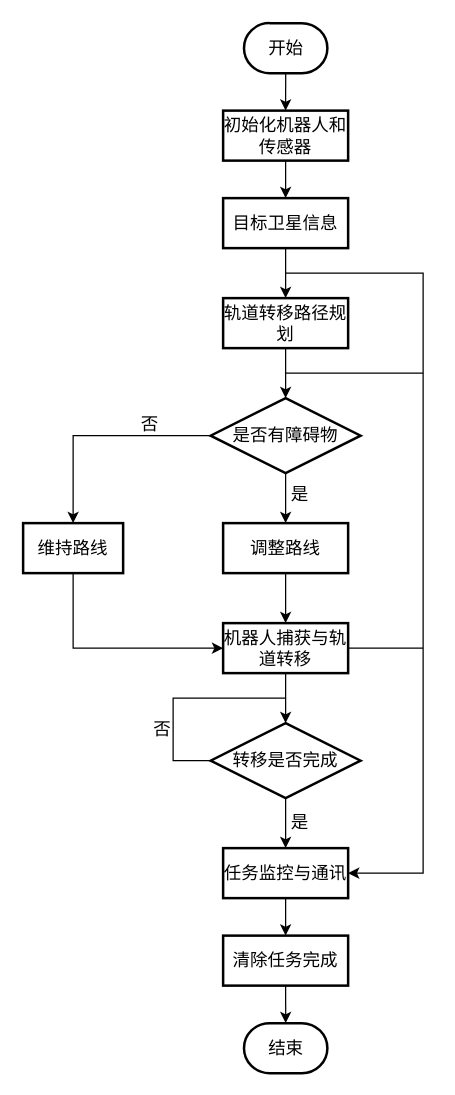
The draw.io diagram 空间机器人设计流程.drawio in debeetle/Drawio, before the edit. Source tidied: cells renumbered, new cells numbered last; positions are measured from the earlier drawing's top-left corner, leaving out a move shared by most shapes. Both pictures are drawn from the tidied source at 125%, with x=0, y=0 at pixel (22, 22).
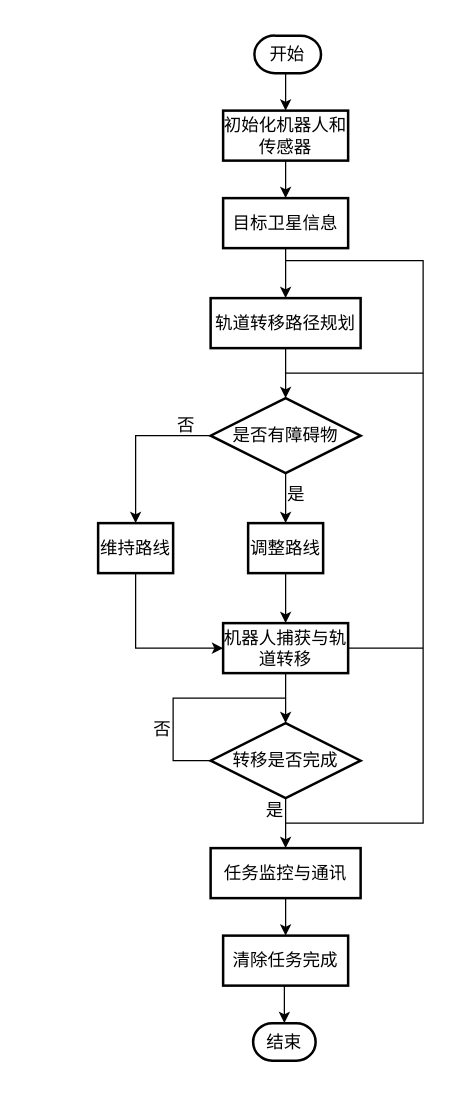
The same page after the edit.

Commit message:
Update 空间机器人设计流程.drawio

Unchanged cells that the change refers to:
```xml
<mxCell id="3" value="&lt;font&gt;初始化机器人和传感器&lt;/font&gt;" style="rounded=0;whiteSpace=wrap;html=1;strokeWidth=2;fontFamily=STZhongsong;fontSize=14;labelBackgroundColor=none;fillColor=none;align=center;" parent="1" vertex="1">
  <mxGeometry x="160" y="70" width="100" height="40" as="geometry" />
</mxCell>
<mxCell id="13" style="edgeStyle=orthogonalEdgeStyle;rounded=0;jettySize=auto;html=1;exitX=0.5;exitY=1;exitDx=0;exitDy=0;entryX=0.5;entryY=0;entryDx=0;entryDy=0;fontSize=14;fontFamily=STZhongsong;labelBackgroundColor=none;align=center;" parent="1" edge="1" source="17" target="25">
  <mxGeometry relative="1" as="geometry" />
</mxCell>
<mxCell id="20" style="edgeStyle=orthogonalEdgeStyle;rounded=0;jettySize=auto;html=1;exitX=0.5;exitY=1;exitDx=0;exitDy=0;entryX=0.5;entryY=0;entryDx=0;entryDy=0;fontSize=14;fontFamily=STZhongsong;labelBackgroundColor=none;align=center;" parent="1" edge="1" source="22" target="9">
  <mxGeometry relative="1" as="geometry" />
</mxCell>
<mxCell id="26" value="&lt;font&gt;清除任务完成&lt;/font&gt;" style="rounded=0;whiteSpace=wrap;html=1;strokeWidth=2;fontFamily=STZhongsong;fontSize=14;labelBackgroundColor=none;fillColor=none;align=center;" parent="1" vertex="1">
  <mxGeometry x="160" y="730" width="100" height="40" as="geometry" />
</mxCell>
```

Diff of the diagram source:
```diff
@@
     <mxCell id="7" value="&lt;font&gt;轨道转移路径规划&lt;/font&gt;" style="rounded=0;whiteSpace=wrap;html=1;strokeWidth=2;fontFamily=STZhongsong;fontSize=14;labelBackgroundColor=none;fillColor=none;align=center;" parent="1" vertex="1">
-      <mxGeometry x="160" y="220" width="100" height="40" as="geometry" />
+      <mxGeometry x="150" y="220" width="120" height="40" as="geometry" />
     </mxCell>
@@
     <mxCell id="9" value="&lt;font&gt;调整路线&lt;/font&gt;" style="rounded=0;whiteSpace=wrap;html=1;strokeWidth=2;fontFamily=STZhongsong;fontSize=14;labelBackgroundColor=none;fillColor=none;align=center;" parent="1" vertex="1">
-      <mxGeometry x="160" y="400" width="100" height="40" as="geometry" />
+      <mxGeometry x="180" y="400" width="60" height="40" as="geometry" />
     </mxCell>
@@
     <mxCell id="11" value="&lt;font&gt;维持路线&lt;/font&gt;" style="rounded=0;whiteSpace=wrap;html=1;strokeWidth=2;fontFamily=STZhongsong;fontSize=14;labelBackgroundColor=none;fillColor=none;align=center;" parent="1" vertex="1">
-      <mxGeometry y="400" width="80" height="40" as="geometry" />
+      <mxGeometry x="60" y="400" width="60" height="40" as="geometry" />
     </mxCell>
@@
     <mxCell id="14" value="&lt;font&gt;是&lt;/font&gt;" style="edgeLabel;html=1;align=center;verticalAlign=middle;fontSize=14;labelBackgroundColor=none;fontFamily=STZhongsong;" parent="13" vertex="1">
       <mxGeometry x="-0.26" y="1" relative="1" as="geometry">
-        <mxPoint x="9" y="3" as="offset" />
+        <mxPoint x="-11" y="-6" as="offset" />
       </mxGeometry>
     </mxCell>
@@
     <mxCell id="21" value="是" style="edgeLabel;html=1;align=center;verticalAlign=middle;fontSize=14;fontFamily=STZhongsong;labelBackgroundColor=none;" parent="20" vertex="1">
       <mxGeometry x="-0.2" y="-3" relative="1" as="geometry">
-        <mxPoint x="13" as="offset" />
+        <mxPoint x="10" as="offset" />
       </mxGeometry>
     </mxCell>
@@
-    <mxCell id="24" style="edgeStyle=elbowEdgeStyle;rounded=0;jettySize=auto;html=1;exitX=1;exitY=0.5;exitDx=0;exitDy=0;startArrow=classic;startFill=1;endArrow=none;endFill=0;fontSize=14;fontFamily=STZhongsong;labelBackgroundColor=none;align=center;" parent="1" edge="1" source="25">
+    <mxCell id="24" style="edgeStyle=elbowEdgeStyle;rounded=0;orthogonalLoop=1;jettySize=auto;html=1;startArrow=none;startFill=0;endArrow=none;endFill=0;fontSize=14;fontFamily=STZhongsong;labelBackgroundColor=none;align=center;" parent="1" edge="1">
       <mxGeometry relative="1" as="geometry">
-        <mxPoint x="210" y="200" as="targetPoint" />
+        <mxPoint x="210" y="640" as="sourcePoint" />
+        <mxPoint x="210" y="190" as="targetPoint" />
         <Array as="points">
-          <mxPoint x="320" y="480" />
+          <mxPoint x="320" y="470" />
         </Array>
       </mxGeometry>
     </mxCell>
     <mxCell id="25" value="&lt;font&gt;任务监控与通讯&lt;/font&gt;" style="rounded=0;whiteSpace=wrap;html=1;strokeWidth=2;fontFamily=STZhongsong;fontSize=14;labelBackgroundColor=none;fillColor=none;align=center;" parent="1" vertex="1">
-      <mxGeometry x="160" y="660" width="100" height="40" as="geometry" />
+      <mxGeometry x="150" y="660" width="120" height="40" as="geometry" />
     </mxCell>
@@
     <mxCell id="27" value="结束" style="strokeWidth=2;html=1;shape=mxgraph.flowchart.terminator;whiteSpace=wrap;fontFamily=STZhongsong;fontSize=14;labelBackgroundColor=none;fillColor=none;align=center;" parent="1" vertex="1">
-      <mxGeometry x="176.7" y="800" width="66.7" height="40" as="geometry" />
+      <mxGeometry x="184" y="800" width="50" height="30" as="geometry" />
     </mxCell>
-    <mxCell id="28" style="edgeStyle=orthogonalEdgeStyle;rounded=0;jettySize=auto;html=1;exitX=0.5;exitY=1;exitDx=0;exitDy=0;exitPerimeter=0;entryX=0.5;entryY=0;entryDx=0;entryDy=0;fontSize=14;fontFamily=STZhongsong;labelBackgroundColor=none;align=center;" parent="1" edge="1" source="29" target="3">
+    <mxCell id="28" style="edgeStyle=orthogonalEdgeStyle;rounded=0;jettySize=auto;html=1;exitX=0.5;exitY=1;exitDx=0;exitDy=0;exitPerimeter=0;entryX=0.5;entryY=0;entryDx=0;entryDy=0;" parent="1" edge="1" source="29" target="3">
       <mxGeometry relative="1" as="geometry" />
     </mxCell>
     <mxCell id="29" value="开始" style="strokeWidth=2;html=1;shape=mxgraph.flowchart.terminator;whiteSpace=wrap;fontFamily=STZhongsong;fontSize=14;labelBackgroundColor=none;fillColor=none;align=center;" parent="1" vertex="1">
-      <mxGeometry x="176.7" width="66.7" height="40" as="geometry" />
+      <mxGeometry x="185" y="10" width="53.3" height="30" as="geometry" />
     </mxCell>
-    <mxCell id="30" style="edgeStyle=orthogonalEdgeStyle;rounded=0;jettySize=auto;html=1;exitX=0.5;exitY=1;exitDx=0;exitDy=0;entryX=0.5;entryY=0;entryDx=0;entryDy=0;entryPerimeter=0;fontSize=14;fontFamily=STZhongsong;labelBackgroundColor=none;align=center;" parent="1" edge="1" source="26" target="27">
-      <mxGeometry relative="1" as="geometry" />
-    </mxCell>
@@
+    <mxCell id="30" style="edgeStyle=orthogonalEdgeStyle;rounded=0;jettySize=auto;html=1;exitX=0.5;exitY=1;exitDx=0;exitDy=0;entryX=0.5;entryY=0;entryDx=0;entryDy=0;entryPerimeter=0;" parent="1" edge="1" source="26" target="27">
+      <mxGeometry relative="1" as="geometry" />
+    </mxCell>
```
